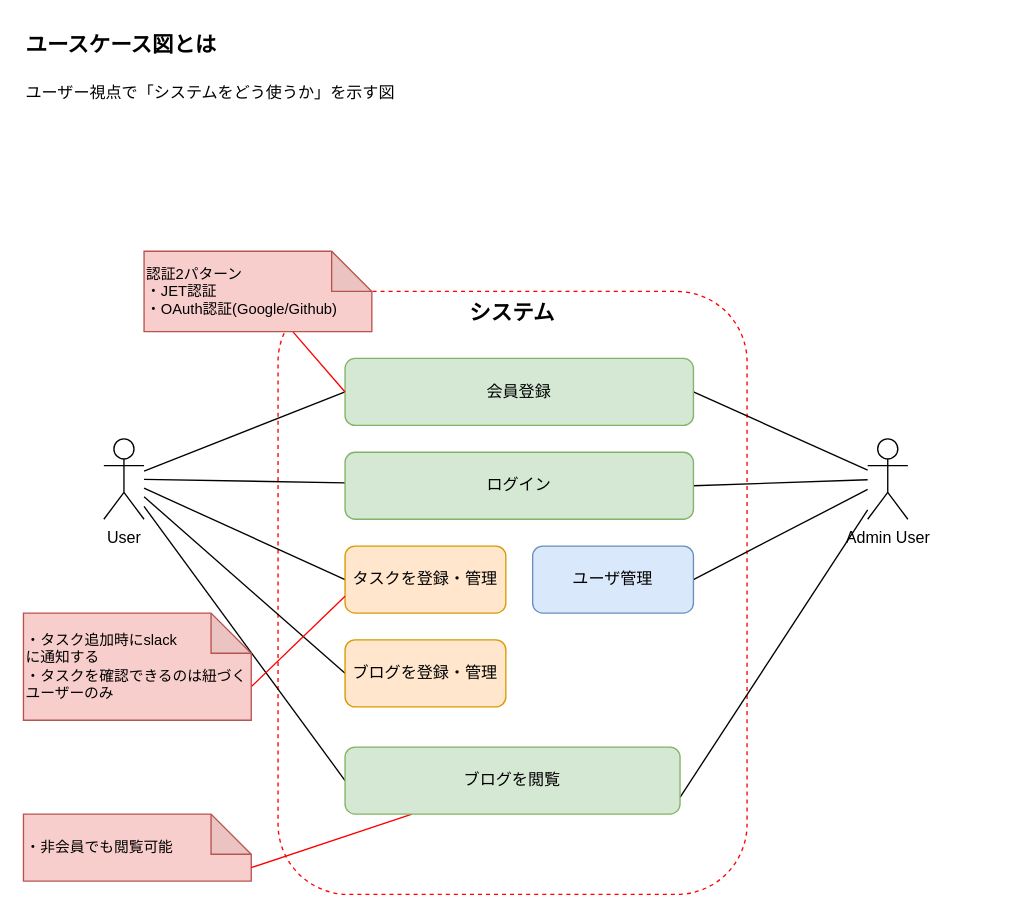
Above: docs/ユースケース図.drawio in nomin-sasabuchi/express-next-rest-api (draw.io), before the change. Source tidied: cells renumbered, new cells numbered last; positions are measured from the earlier drawing's top-left corner, leaving out a move shared by most shapes. Both pictures are drawn from the tidied source at 134%, with x=0, y=0 at pixel (23, 23).
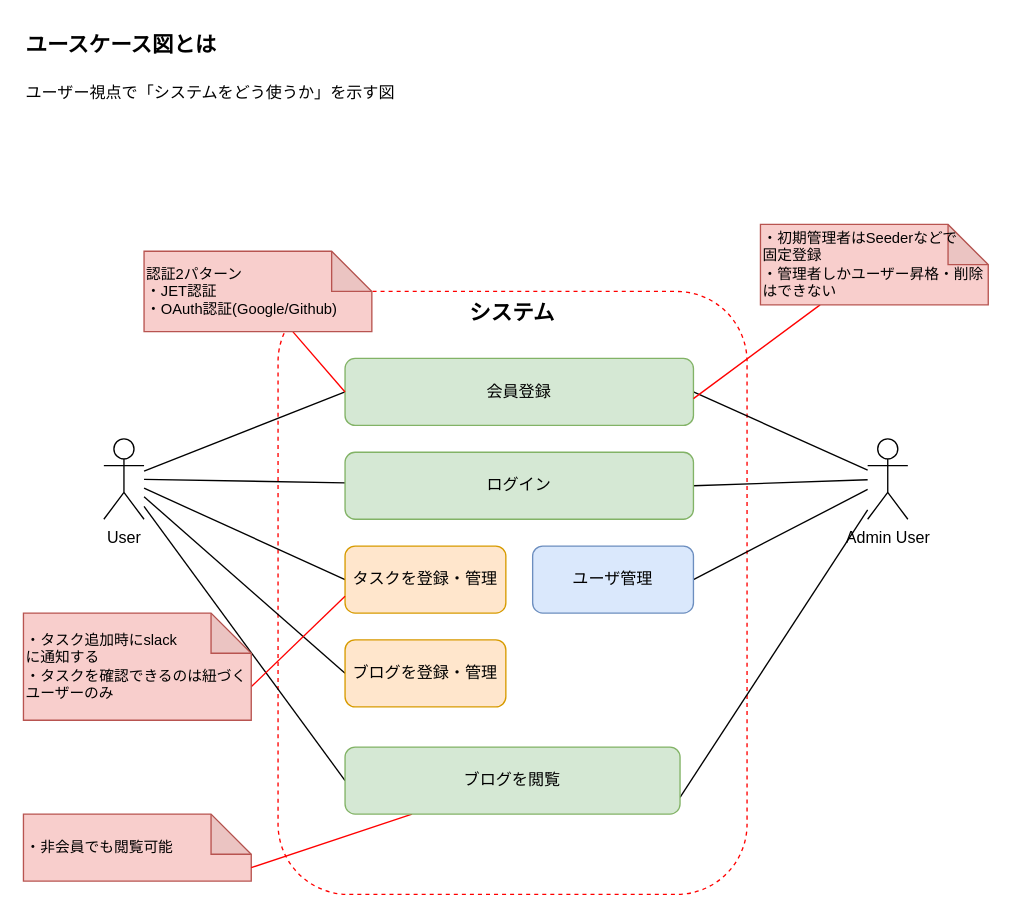
Above is the later version.

Commit message (it also covers changes not shown here):
アクティビティ図作成

What changed in the source:
```diff
@@
+    <mxCell id="27" style="edgeStyle=none;html=1;endArrow=none;endFill=0;strokeColor=#FF0000;" parent="1" edge="1" source="28">
+      <mxGeometry relative="1" as="geometry">
+        <mxPoint x="500" y="280" as="targetPoint" />
+      </mxGeometry>
+    </mxCell>
+    <mxCell id="28" value="&lt;span style=&quot;background-color: transparent;&quot;&gt;&lt;font color=&quot;#000000&quot;&gt;・&lt;/font&gt;初期管理者はSeederなどで&lt;/span&gt;&lt;div&gt;固定登録&lt;br&gt;・&lt;span style=&quot;background-color: transparent;&quot;&gt;管理者しかユーザー昇格・削除はできない&lt;/span&gt;&lt;/div&gt;" style="shape=note;whiteSpace=wrap;html=1;backgroundOutline=1;darkOpacity=0.05;fontFamily=Helvetica;fontSize=11;labelBackgroundColor=none;fillColor=#f8cecc;strokeColor=#b85450;align=left;" parent="1" vertex="1">
+      <mxGeometry x="550" y="150" width="170" height="60" as="geometry" />
+    </mxCell>
```
